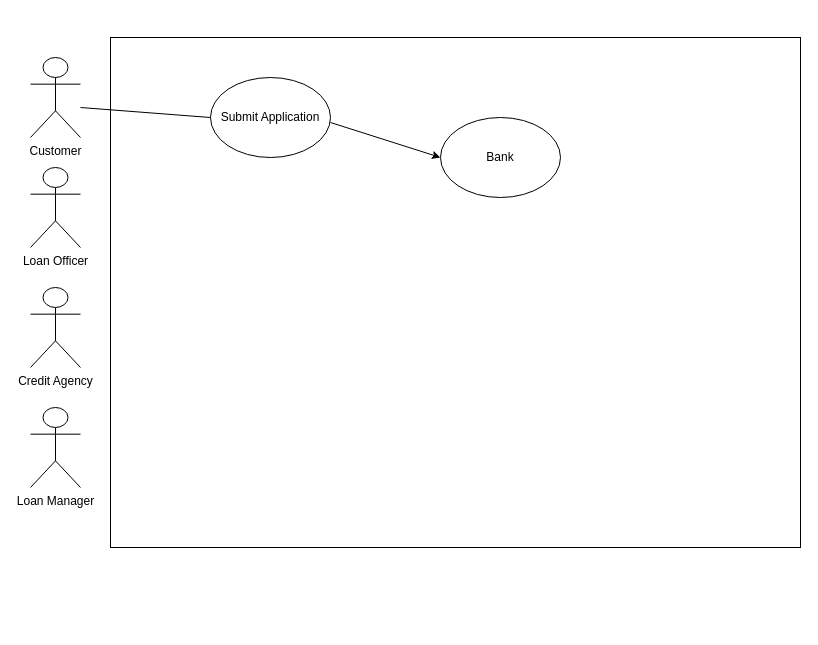
dominhtri055/Dianagram keeps this draw.io diagram as Untitled Diagram.drawio. Above is the earlier version. Source tidied: cells renumbered, new cells numbered last; positions are measured from the earlier drawing's top-left corner, leaving out a move shared by most shapes. Both pictures are drawn from the tidied source at 100%, with x=0, y=0 at pixel (30, 37).
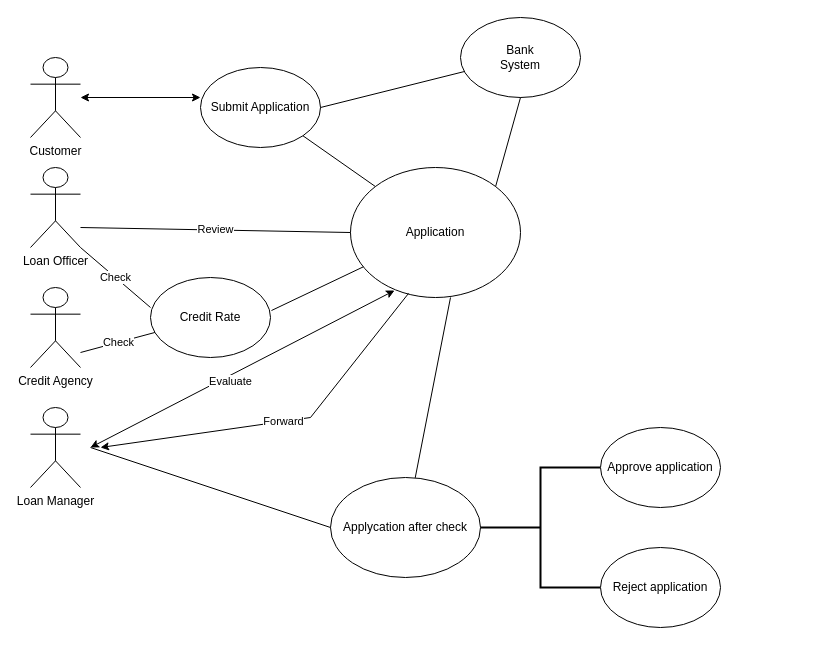
After the change.

The change refers to these unchanged cells:
```xml
<mxCell id="3" value="Customer&lt;div&gt;&lt;br&gt;&lt;/div&gt;" style="shape=umlActor;verticalLabelPosition=bottom;verticalAlign=top;html=1;outlineConnect=0;" parent="1" vertex="1">
  <mxGeometry y="20" width="50" height="80" as="geometry" />
</mxCell>
<mxCell id="4" value="Loan Officer" style="shape=umlActor;verticalLabelPosition=bottom;verticalAlign=top;html=1;outlineConnect=0;" parent="1" vertex="1">
  <mxGeometry y="130" width="50" height="80" as="geometry" />
</mxCell>
```

Diff of the diagram source:
```diff
@@
-    <mxCell id="2" style="rounded=0;whiteSpace=wrap;html=1;" parent="1" vertex="1">
-      <mxGeometry x="80" width="690" height="510" as="geometry" />
-    </mxCell>
@@
     <mxCell id="7" value="Submit Application" style="ellipse;whiteSpace=wrap;html=1;" parent="1" vertex="1">
-      <mxGeometry x="180" y="40" width="120" height="80" as="geometry" />
+      <mxGeometry x="170" y="30" width="120" height="80" as="geometry" />
     </mxCell>
-    <mxCell id="8" style="endArrow=none;html=1;rounded=0;entryX=0;entryY=0.5;entryDx=0;entryDy=0;" parent="1" edge="1" target="7">
-      <mxGeometry relative="1" as="geometry">
-        <mxPoint x="50" y="70" as="sourcePoint" />
-      </mxGeometry>
-    </mxCell>
-    <mxCell id="9" value="Bank" style="ellipse;whiteSpace=wrap;html=1;" parent="1" vertex="1">
-      <mxGeometry x="410" y="80" width="120" height="80" as="geometry" />
+    <mxCell id="9" value="Bank&lt;div&gt;System&lt;/div&gt;" style="ellipse;whiteSpace=wrap;html=1;" parent="1" vertex="1">
+      <mxGeometry x="430" y="-20" width="120" height="80" as="geometry" />
     </mxCell>
-    <mxCell id="10" style="endArrow=classic;html=1;rounded=0;entryX=0;entryY=0.5;entryDx=0;entryDy=0;" parent="1" edge="1" target="9">
-      <mxGeometry relative="1" as="geometry">
-        <mxPoint x="300" y="85" as="sourcePoint" />
-      </mxGeometry>
-    </mxCell>
+    <mxCell id="11" value="Application" style="ellipse;whiteSpace=wrap;html=1;" parent="1" vertex="1">
+      <mxGeometry x="320" y="130" width="170" height="130" as="geometry" />
+    </mxCell>
+    <mxCell id="12" style="endArrow=classic;startArrow=classic;html=1;rounded=0;entryX=0;entryY=0.375;entryDx=0;entryDy=0;entryPerimeter=0;" parent="1" edge="1" source="3" target="7">
+      <mxGeometry relative="1" as="geometry" />
+    </mxCell>
+    <mxCell id="13" style="endArrow=none;html=1;rounded=0;exitX=1;exitY=0.5;exitDx=0;exitDy=0;" parent="1" edge="1" source="7" target="9">
+      <mxGeometry relative="1" as="geometry" />
+    </mxCell>
+    <mxCell id="14" style="endArrow=none;html=1;rounded=0;entryX=0;entryY=0;entryDx=0;entryDy=0;exitX=1;exitY=1;exitDx=0;exitDy=0;" parent="1" edge="1" source="7" target="11">
+      <mxGeometry relative="1" as="geometry" />
+    </mxCell>
+    <mxCell id="15" style="endArrow=none;html=1;rounded=0;entryX=0.5;entryY=1;entryDx=0;entryDy=0;exitX=1;exitY=0;exitDx=0;exitDy=0;" parent="1" edge="1" source="11" target="9">
+      <mxGeometry relative="1" as="geometry" />
+    </mxCell>
+    <mxCell id="16" style="endArrow=none;html=1;rounded=0;exitX=1.008;exitY=0.413;exitDx=0;exitDy=0;exitPerimeter=0;" parent="1" edge="1" source="17" target="11">
+      <mxGeometry relative="1" as="geometry" />
+    </mxCell>
+    <mxCell id="17" value="Credit Rate" style="ellipse;whiteSpace=wrap;html=1;" parent="1" vertex="1">
+      <mxGeometry x="120" y="240" width="120" height="80" as="geometry" />
+    </mxCell>
+    <mxCell id="18" value="Check" style="endArrow=none;html=1;rounded=0;entryX=0;entryY=0.375;entryDx=0;entryDy=0;entryPerimeter=0;exitX=1;exitY=1;exitDx=0;exitDy=0;exitPerimeter=0;" parent="1" edge="1" source="4" target="17">
+      <mxGeometry relative="1" as="geometry" />
+    </mxCell>
+    <mxCell id="19" value="Review" style="endArrow=none;html=1;rounded=0;entryX=0;entryY=0.5;entryDx=0;entryDy=0;" parent="1" edge="1" target="11">
+      <mxGeometry relative="1" as="geometry">
+        <mxPoint x="50" y="190" as="sourcePoint" />
+      </mxGeometry>
+    </mxCell>
+    <mxCell id="20" value="Check" style="endArrow=none;html=1;rounded=0;" parent="1" edge="1" target="17">
+      <mxGeometry relative="1" as="geometry">
+        <mxPoint x="50" y="315" as="sourcePoint" />
+      </mxGeometry>
+    </mxCell>
+    <mxCell id="21" value="Applycation after check" style="ellipse;whiteSpace=wrap;html=1;" parent="1" vertex="1">
+      <mxGeometry x="300" y="440" width="150" height="100" as="geometry" />
+    </mxCell>
+    <mxCell id="22" style="strokeWidth=2;html=1;shape=mxgraph.flowchart.annotation_2;align=left;labelPosition=right;" parent="1" vertex="1">
+      <mxGeometry x="450" y="430" width="120" height="120" as="geometry" />
+    </mxCell>
+    <mxCell id="23" value="Approve application" style="ellipse;whiteSpace=wrap;html=1;" parent="1" vertex="1">
+      <mxGeometry x="570" y="390" width="120" height="80" as="geometry" />
+    </mxCell>
+    <mxCell id="24" value="Reject application" style="ellipse;whiteSpace=wrap;html=1;" parent="1" vertex="1">
+      <mxGeometry x="570" y="510" width="120" height="80" as="geometry" />
+    </mxCell>
+    <mxCell id="25" style="endArrow=none;html=1;rounded=0;entryX=0;entryY=0.5;entryDx=0;entryDy=0;" parent="1" edge="1" target="21">
+      <mxGeometry relative="1" as="geometry">
+        <mxPoint x="60" y="410" as="sourcePoint" />
+      </mxGeometry>
+    </mxCell>
+    <mxCell id="26" style="endArrow=none;html=1;rounded=0;" parent="1" edge="1" source="21">
+      <mxGeometry relative="1" as="geometry">
+        <mxPoint x="420" y="260" as="targetPoint" />
+      </mxGeometry>
+    </mxCell>
+    <mxCell id="27" style="endArrow=classic;startArrow=classic;html=1;rounded=0;entryX=0.259;entryY=0.946;entryDx=0;entryDy=0;entryPerimeter=0;" parent="1" edge="1" target="11">
+      <mxGeometry relative="1" as="geometry">
+        <mxPoint x="60" y="410" as="sourcePoint" />
+      </mxGeometry>
+    </mxCell>
+    <mxCell id="28" value="Evaluate" style="edgeLabel;html=1;align=center;verticalAlign=middle;" parent="27" vertex="1">
+      <mxGeometry x="-0.09" y="-3" relative="1" as="geometry">
+        <mxPoint y="2" as="offset" />
+      </mxGeometry>
+    </mxCell>
+    <mxCell id="29" value="Forward" style="endArrow=classic;html=1;rounded=0;exitX=0.341;exitY=0.969;exitDx=0;exitDy=0;exitPerimeter=0;" parent="1" edge="1" source="11">
+      <mxGeometry relative="1" as="geometry">
+        <mxPoint x="70" y="410" as="targetPoint" />
+        <Array as="points">
+          <mxPoint x="280" y="380" />
+        </Array>
+      </mxGeometry>
+    </mxCell>
```
